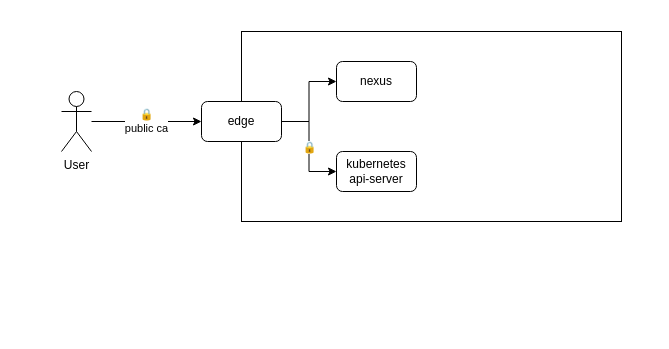
This is infrastructure.drawio from belenot/infrastructure, a draw.io file, before an edit. Source tidied: cells renumbered, new cells numbered last; positions are measured from the earlier drawing's top-left corner, leaving out a move shared by most shapes. Both pictures are drawn from the tidied source at 100%, with x=0, y=0 at pixel (61, 31).
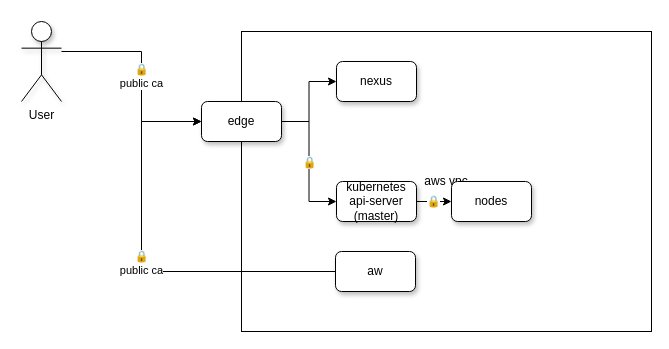
The same page after the edit.

Change to the diagram source:
```diff
@@
 <mxGraphModel>
   <root>
     <mxCell id="0" />
     <mxCell id="1" parent="0" />
     <mxCell id="2" value="🔒&lt;br&gt;public ca" style="edgeStyle=orthogonalEdgeStyle;rounded=0;jettySize=auto;html=1;entryX=0;entryY=0.5;entryDx=0;entryDy=0;" parent="1" edge="1" source="3" target="5">
-      <mxGeometry relative="1" as="geometry" />
+      <mxGeometry relative="1" as="geometry">
+        <Array as="points">
+          <mxPoint x="80" y="20" />
+          <mxPoint x="80" y="90" />
+        </Array>
+      </mxGeometry>
     </mxCell>
-    <mxCell id="3" value="User" style="shape=umlActor;verticalLabelPosition=bottom;verticalAlign=top;html=1;outlineConnect=0;" parent="1" vertex="1">
-      <mxGeometry y="60" width="30" height="60" as="geometry" />
+    <mxCell id="3" value="User" style="shape=umlActor;verticalLabelPosition=bottom;verticalAlign=top;html=1;outlineConnect=0;shadow=1;" parent="1" vertex="1">
+      <mxGeometry x="-40" y="-10" width="40" height="80" as="geometry" />
     </mxCell>
-    <mxCell id="4" style="rounded=0;whiteSpace=wrap;html=1;" parent="1" vertex="1">
-      <mxGeometry x="180" width="380" height="190" as="geometry" />
+    <mxCell id="4" value="aws vpc" style="rounded=0;whiteSpace=wrap;html=1;shadow=0;" parent="1" vertex="1">
+      <mxGeometry x="180" width="410" height="300" as="geometry" />
     </mxCell>
-    <mxCell id="5" value="edge&lt;br&gt;" style="rounded=1;whiteSpace=wrap;html=1;" parent="4" vertex="1">
+    <mxCell id="5" value="edge&lt;br&gt;" style="rounded=1;whiteSpace=wrap;html=1;shadow=1;" parent="4" vertex="1">
       <mxGeometry x="-40" y="70" width="80" height="40" as="geometry" />
     </mxCell>
-    <mxCell id="6" value="kubernetes&lt;br&gt;api-server" style="rounded=1;whiteSpace=wrap;html=1;" parent="4" vertex="1">
-      <mxGeometry x="95" y="120" width="80" height="40" as="geometry" />
-    </mxCell>
-    <mxCell id="7" value="🔒" style="edgeStyle=orthogonalEdgeStyle;rounded=0;jettySize=auto;html=1;entryX=0;entryY=0.5;entryDx=0;entryDy=0;" parent="4" edge="1" source="5" target="6">
-      <mxGeometry relative="1" as="geometry" />
-    </mxCell>
-    <mxCell id="8" value="nexus" style="rounded=1;whiteSpace=wrap;html=1;" parent="4" vertex="1">
+    <mxCell id="8" value="nexus" style="rounded=1;whiteSpace=wrap;html=1;shadow=1;" parent="4" vertex="1">
       <mxGeometry x="95" y="30" width="80" height="40" as="geometry" />
     </mxCell>
     <mxCell id="9" style="edgeStyle=orthogonalEdgeStyle;rounded=0;jettySize=auto;html=1;" parent="4" edge="1" source="5" target="8">
       <mxGeometry relative="1" as="geometry" />
     </mxCell>
+    <mxCell id="7" value="🔒" style="edgeStyle=orthogonalEdgeStyle;rounded=0;jettySize=auto;html=1;entryX=0;entryY=0.5;entryDx=0;entryDy=0;" parent="4" edge="1" source="5" target="6">
+      <mxGeometry relative="1" as="geometry" />
+    </mxCell>
+    <mxCell id="10" value="&lt;span style=&quot;color: rgb(0, 0, 0); font-family: helvetica; font-size: 11px; font-style: normal; font-weight: 400; letter-spacing: normal; text-align: center; text-indent: 0px; text-transform: none; word-spacing: 0px; background-color: rgb(255, 255, 255); display: inline; float: none;&quot;&gt;🔒&lt;/span&gt;" style="edgeStyle=orthogonalEdgeStyle;rounded=0;jettySize=auto;html=1;" parent="4" edge="1" source="6" target="12">
+      <mxGeometry relative="1" as="geometry" />
+    </mxCell>
+    <mxCell id="11" style="edgeLabel;html=1;align=center;verticalAlign=middle;" parent="10" vertex="1">
+      <mxGeometry x="-0.38" y="-1" relative="1" as="geometry" />
+    </mxCell>
+    <mxCell id="6" value="kubernetes&lt;br&gt;api-server&lt;br&gt;(master)" style="rounded=1;whiteSpace=wrap;html=1;shadow=1;sketch=0;" parent="4" vertex="1">
+      <mxGeometry x="95" y="150" width="80" height="40" as="geometry" />
+    </mxCell>
+    <mxCell id="12" value="nodes" style="rounded=1;whiteSpace=wrap;html=1;sketch=0;glass=0;shadow=1;" parent="4" vertex="1">
+      <mxGeometry x="210" y="150" width="80" height="40" as="geometry" />
+    </mxCell>
+    <mxCell id="13" value="🔒&lt;br&gt;public ca" style="edgeStyle=orthogonalEdgeStyle;rounded=0;jettySize=auto;html=1;entryX=0;entryY=0.5;entryDx=0;entryDy=0;" parent="1" edge="1" source="14" target="5">
+      <mxGeometry relative="1" as="geometry">
+        <Array as="points">
+          <mxPoint x="80" y="240" />
+          <mxPoint x="80" y="90" />
+        </Array>
+      </mxGeometry>
+    </mxCell>
+    <mxCell id="14" value="aw" style="rounded=1;whiteSpace=wrap;html=1;shadow=1;" parent="1" vertex="1">
+      <mxGeometry x="274" y="220" width="80" height="40" as="geometry" />
+    </mxCell>
   </root>
 </mxGraphModel>
```
